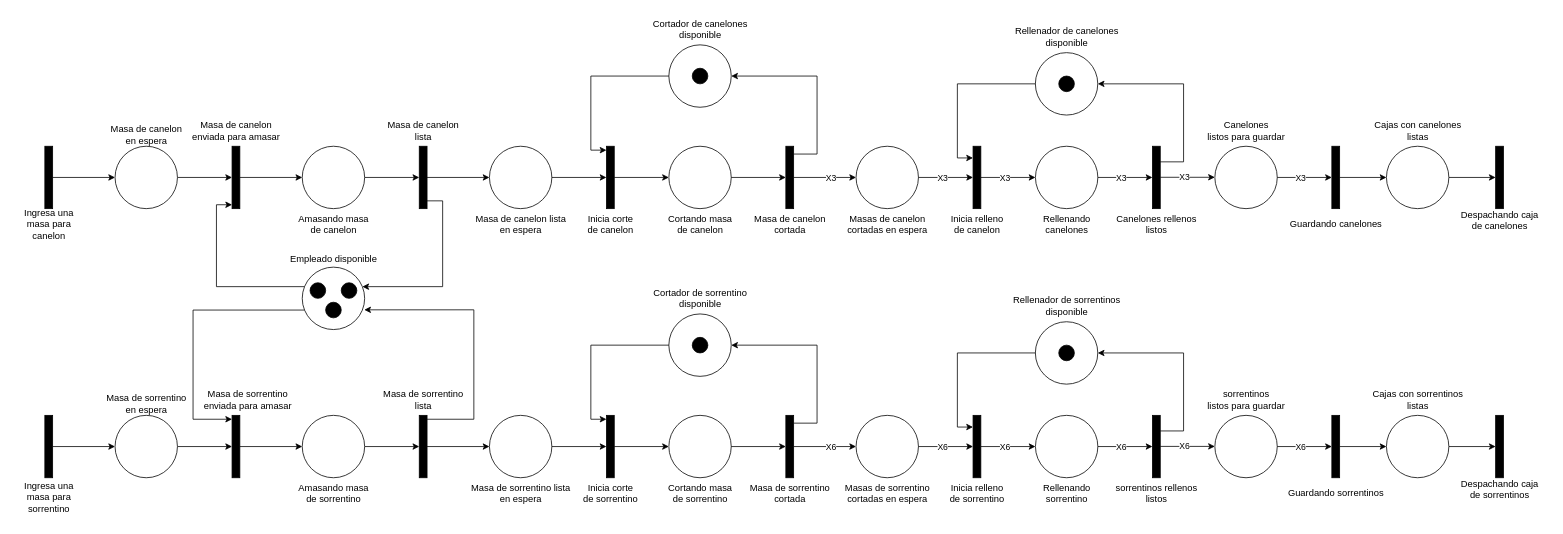
imnotsetro/IDS-1 keeps this draw.io diagram as RP /Ejercicio_11.drawio. Above is the earlier version. Source tidied: cells renumbered, new cells numbered last; positions are measured from the earlier drawing's top-left corner, leaving out a move shared by most shapes. Both pictures are drawn from the tidied source at 78%, with x=0, y=0 at pixel (13, 13).
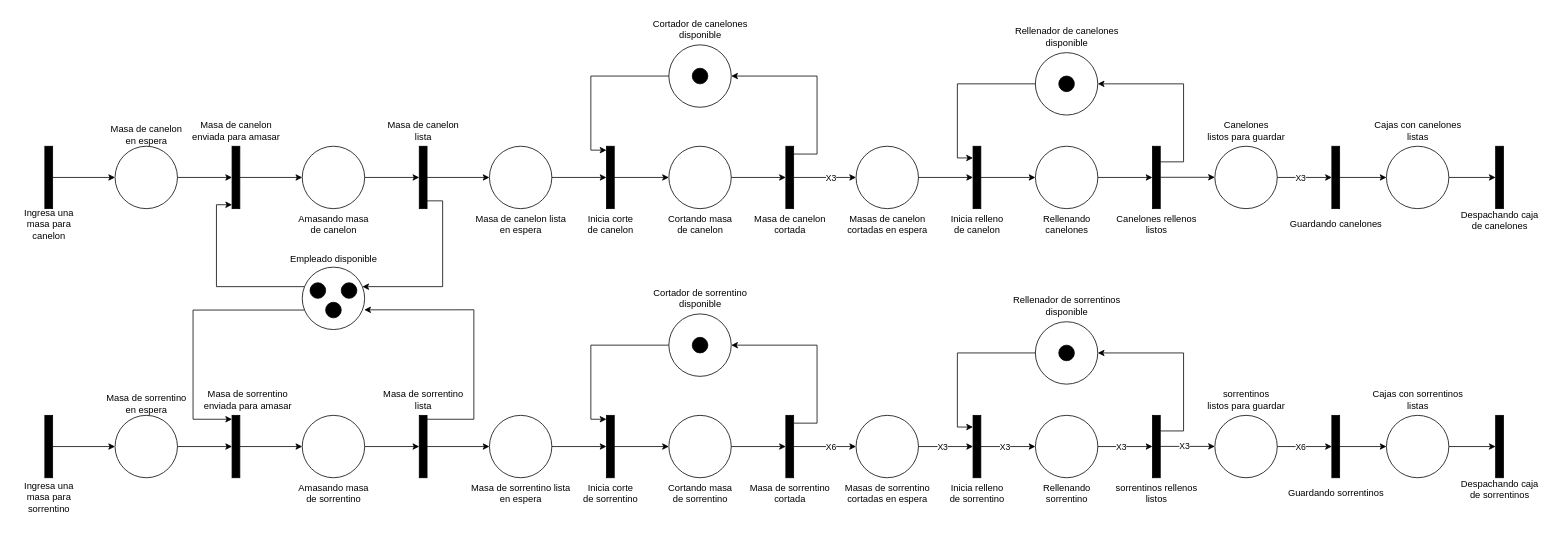
The same diagram, later.

The change refers to these unchanged cells:
```xml
<mxCell id="32" style="edgeStyle=orthogonalEdgeStyle;rounded=0;jettySize=auto;html=1;" parent="1" edge="1" source="31" target="36">
  <mxGeometry relative="1" as="geometry" />
</mxCell>
<mxCell id="34" style="edgeStyle=orthogonalEdgeStyle;rounded=0;jettySize=auto;html=1;curved=0;" parent="1" edge="1" source="36" target="37">
  <mxGeometry relative="1" as="geometry" />
</mxCell>
<mxCell id="38" style="edgeStyle=orthogonalEdgeStyle;rounded=0;jettySize=auto;html=1;" parent="1" edge="1" source="37" target="40">
  <mxGeometry relative="1" as="geometry" />
</mxCell>
<mxCell id="50" style="edgeStyle=orthogonalEdgeStyle;rounded=0;orthogonalLoop=1;jettySize=auto;html=1;" parent="1" edge="1">
  <mxGeometry relative="1" as="geometry">
    <mxPoint x="1470" y="209.8" as="sourcePoint" />
    <mxPoint x="1540" y="209.8" as="targetPoint" />
  </mxGeometry>
</mxCell>
<mxCell id="99" style="edgeStyle=orthogonalEdgeStyle;rounded=0;jettySize=auto;html=1;" parent="1" edge="1" source="98" target="103">
  <mxGeometry relative="1" as="geometry" />
</mxCell>
<mxCell id="101" style="edgeStyle=orthogonalEdgeStyle;rounded=0;jettySize=auto;html=1;curved=0;" parent="1" edge="1" source="103" target="104">
  <mxGeometry relative="1" as="geometry" />
</mxCell>
<mxCell id="105" style="edgeStyle=orthogonalEdgeStyle;rounded=0;jettySize=auto;html=1;" parent="1" edge="1" source="104" target="107">
  <mxGeometry relative="1" as="geometry" />
</mxCell>
<mxCell id="117" style="edgeStyle=orthogonalEdgeStyle;rounded=0;orthogonalLoop=1;jettySize=auto;html=1;" parent="1" edge="1">
  <mxGeometry relative="1" as="geometry">
    <mxPoint x="1470" y="554.8" as="sourcePoint" />
    <mxPoint x="1540" y="554.8" as="targetPoint" />
  </mxGeometry>
</mxCell>
```

Diff of the diagram source:
```diff
@@
-    <mxCell id="33" value="X3" style="edgeLabel;html=1;align=center;verticalAlign=middle;" parent="32" vertex="1">
-      <mxGeometry x="-0.13" y="-1" relative="1" as="geometry">
-        <mxPoint y="-1" as="offset" />
-      </mxGeometry>
-    </mxCell>
@@
-    <mxCell id="35" value="X3" style="edgeLabel;html=1;align=center;verticalAlign=middle;" parent="34" vertex="1">
-      <mxGeometry x="-0.15" y="1" relative="1" as="geometry">
-        <mxPoint y="1" as="offset" />
-      </mxGeometry>
-    </mxCell>
@@
-    <mxCell id="39" value="X3" style="edgeLabel;html=1;align=center;verticalAlign=middle;" parent="38" vertex="1">
-      <mxGeometry x="-0.17" relative="1" as="geometry" />
-    </mxCell>
@@
-    <mxCell id="51" value="X3" style="edgeLabel;html=1;align=center;verticalAlign=middle;" parent="50" vertex="1">
-      <mxGeometry x="-0.13" y="-1" relative="1" as="geometry">
-        <mxPoint y="-1" as="offset" />
-      </mxGeometry>
-    </mxCell>
@@
-    <mxCell id="100" value="X6" style="edgeLabel;html=1;align=center;verticalAlign=middle;" parent="99" vertex="1">
+    <mxCell id="100" value="X3" style="edgeLabel;html=1;align=center;verticalAlign=middle;" parent="99" vertex="1">
       <mxGeometry x="-0.13" y="-1" relative="1" as="geometry">
         <mxPoint y="-1" as="offset" />
       </mxGeometry>
     </mxCell>
@@
-    <mxCell id="102" value="X6" style="edgeLabel;html=1;align=center;verticalAlign=middle;" parent="101" vertex="1">
+    <mxCell id="102" value="X3" style="edgeLabel;html=1;align=center;verticalAlign=middle;" parent="101" vertex="1">
       <mxGeometry x="-0.15" y="1" relative="1" as="geometry">
         <mxPoint y="1" as="offset" />
       </mxGeometry>
     </mxCell>
@@
-    <mxCell id="106" value="X6" style="edgeLabel;html=1;align=center;verticalAlign=middle;" parent="105" vertex="1">
+    <mxCell id="106" value="X3" style="edgeLabel;html=1;align=center;verticalAlign=middle;" parent="105" vertex="1">
       <mxGeometry x="-0.17" relative="1" as="geometry" />
     </mxCell>
@@
-    <mxCell id="118" value="X6" style="edgeLabel;html=1;align=center;verticalAlign=middle;" parent="117" vertex="1">
+    <mxCell id="118" value="X3" style="edgeLabel;html=1;align=center;verticalAlign=middle;" parent="117" vertex="1">
       <mxGeometry x="-0.13" y="-1" relative="1" as="geometry">
         <mxPoint y="-1" as="offset" />
       </mxGeometry>
     </mxCell>
```
